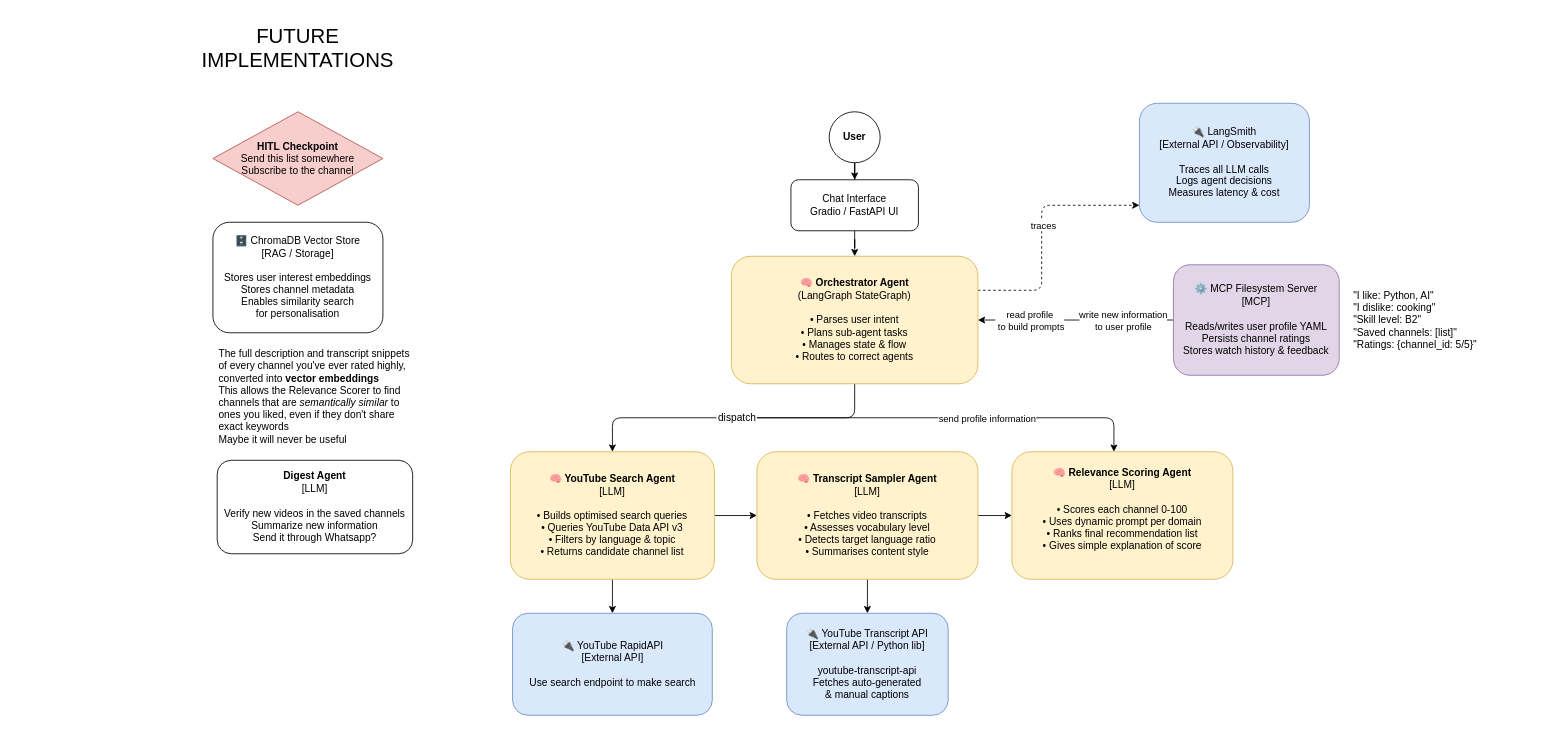
Earlier version of the draw.io diagram diagram.drawio (RenanFlorencio/language-learning-agent). Source tidied: cells renumbered, new cells numbered last; positions are measured from the earlier drawing's top-left corner, leaving out a move shared by most shapes. Both pictures are drawn from the tidied source at 85%, with x=0, y=0 at pixel (204, 35).
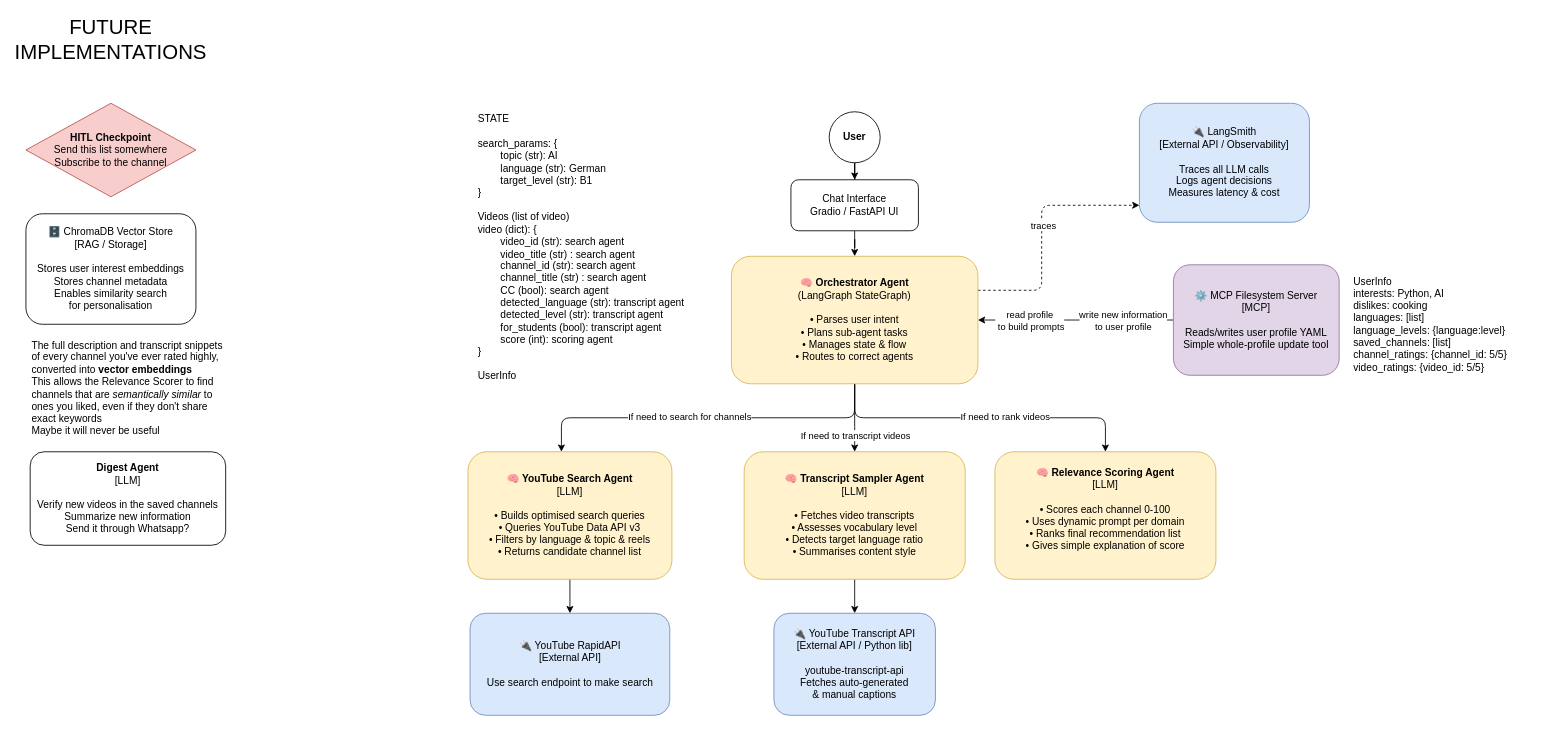
The same page after the edit.

The change refers to these unchanged cells:
```xml
<mxCell id="13" value="&lt;div&gt;&lt;b&gt;🧠 Orchestrator Agent&lt;/b&gt;&lt;br&gt;(LangGraph StateGraph)&lt;br&gt;&lt;br&gt;• Parses user intent&lt;br&gt;• Plans sub-agent tasks&lt;br&gt;• Manages state &amp;amp; flow&lt;br&gt;• Routes to correct agents&lt;/div&gt;" style="rounded=1;whiteSpace=wrap;html=1;fillColor=#fff2cc;strokeColor=#d6b656;" parent="1" vertex="1">
  <mxGeometry x="620" y="260" width="290" height="150" as="geometry" />
</mxCell>
```

Change to the diagram source:
```diff
@@
     <mxCell id="8" style="edgeStyle=orthogonalEdgeStyle;rounded=1;jettySize=auto;html=1;curved=0;" parent="1" edge="1" source="13" target="16">
       <mxGeometry relative="1" as="geometry">
         <Array as="points">
           <mxPoint x="765" y="450" />
-          <mxPoint x="480" y="450" />
+          <mxPoint x="420" y="450" />
         </Array>
       </mxGeometry>
     </mxCell>
-    <mxCell id="9" style="edgeStyle=orthogonalEdgeStyle;rounded=1;jettySize=auto;html=1;curved=0;" parent="1" edge="1" source="21" target="20">
-      <mxGeometry relative="1" as="geometry">
-        <Array as="points">
-          <mxPoint x="1070" y="450" />
-        </Array>
-      </mxGeometry>
-    </mxCell>
-    <mxCell id="10" value="send profile information" style="edgeLabel;html=1;align=center;verticalAlign=middle;" parent="9" vertex="1">
-      <mxGeometry x="-0.29" y="-5" relative="1" as="geometry">
-        <mxPoint x="107" y="-5" as="offset" />
-      </mxGeometry>
-    </mxCell>
+    <mxCell id="33" value="If need to search for channels" style="edgeLabel;html=1;align=center;verticalAlign=middle;" parent="8" vertex="1">
+      <mxGeometry x="0.32" y="-2" relative="1" as="geometry">
+        <mxPoint x="46" as="offset" />
+      </mxGeometry>
+    </mxCell>
@@
+    <mxCell id="34" style="edgeStyle=orthogonalEdgeStyle;rounded=1;jettySize=auto;html=1;curved=0;" parent="1" edge="1" source="13" target="19">
+      <mxGeometry relative="1" as="geometry">
+        <Array as="points">
+          <mxPoint x="765" y="470" />
+          <mxPoint x="765" y="470" />
+        </Array>
+      </mxGeometry>
+    </mxCell>
+    <mxCell id="35" value="If need to transcript videos" style="edgeLabel;html=1;align=center;verticalAlign=middle;" parent="34" vertex="1">
+      <mxGeometry x="0.25" y="1" relative="1" as="geometry">
+        <mxPoint x="-1" y="10" as="offset" />
+      </mxGeometry>
+    </mxCell>
+    <mxCell id="36" style="edgeStyle=orthogonalEdgeStyle;rounded=1;jettySize=auto;html=1;curved=0;" parent="1" edge="1" source="13" target="20">
+      <mxGeometry relative="1" as="geometry">
+        <Array as="points">
+          <mxPoint x="765" y="450" />
+          <mxPoint x="1060" y="450" />
+        </Array>
+      </mxGeometry>
+    </mxCell>
+    <mxCell id="37" value="If need to rank videos" style="edgeLabel;html=1;align=center;verticalAlign=middle;" parent="36" vertex="1">
+      <mxGeometry x="0.4" y="2" relative="1" as="geometry">
+        <mxPoint x="-47" as="offset" />
+      </mxGeometry>
+    </mxCell>
@@
-    <mxCell id="15" style="edgeStyle=orthogonalEdgeStyle;rounded=0;jettySize=auto;html=1;" parent="1" edge="1" source="16" target="19">
-      <mxGeometry relative="1" as="geometry" />
-    </mxCell>
-    <mxCell id="16" value="&lt;b&gt;🧠 YouTube Search Agent&lt;/b&gt;&lt;br&gt;[LLM]&lt;br&gt;&lt;br&gt;• Builds optimised search queries&lt;br&gt;• Queries YouTube Data API v3&lt;br&gt;• Filters by language &amp;amp; topic&lt;br&gt;• Returns candidate channel list" style="rounded=1;whiteSpace=wrap;html=1;fillColor=#fff2cc;strokeColor=#d6b656;" parent="1" vertex="1">
-      <mxGeometry x="360" y="490" width="240" height="150" as="geometry" />
+    <mxCell id="16" value="&lt;b&gt;🧠 YouTube Search Agent&lt;/b&gt;&lt;br&gt;[LLM]&lt;br&gt;&lt;br&gt;• Builds optimised search queries&lt;br&gt;• Queries YouTube Data API v3&lt;br&gt;• Filters by language &amp;amp; topic &amp;amp; reels&lt;div&gt;• Returns candidate channel list&lt;/div&gt;" style="rounded=1;whiteSpace=wrap;html=1;fillColor=#fff2cc;strokeColor=#d6b656;" parent="1" vertex="1">
+      <mxGeometry x="310" y="490" width="240" height="150" as="geometry" />
     </mxCell>
@@
-    <mxCell id="18" style="edgeStyle=orthogonalEdgeStyle;rounded=0;jettySize=auto;html=1;" parent="1" edge="1" source="19" target="20">
-      <mxGeometry relative="1" as="geometry" />
-    </mxCell>
     <mxCell id="19" value="&lt;b&gt;🧠 Transcript Sampler Agent&lt;/b&gt;&lt;br&gt;[LLM]&lt;br&gt;&lt;br&gt;• Fetches video transcripts&lt;br&gt;• Assesses vocabulary level&lt;br&gt;• Detects target language ratio&lt;br&gt;• Summarises content style" style="rounded=1;whiteSpace=wrap;html=1;fillColor=#fff2cc;strokeColor=#d6b656;" parent="1" vertex="1">
-      <mxGeometry x="650" y="490" width="260" height="150" as="geometry" />
+      <mxGeometry x="635" y="490" width="260" height="150" as="geometry" />
     </mxCell>
     <mxCell id="20" value="&lt;b&gt;🧠 Relevance Scoring Agent&lt;/b&gt;&lt;br&gt;[LLM]&lt;br&gt;&lt;br&gt;• Scores each channel 0-100&lt;br&gt;• Uses dynamic prompt per domain&lt;br&gt;&lt;div&gt;• Ranks final recommendation list&lt;/div&gt;&lt;div&gt;&lt;div&gt;• Gives simple explanation of score&lt;/div&gt;&lt;br&gt;&lt;/div&gt;" style="rounded=1;whiteSpace=wrap;html=1;fillColor=#fff2cc;strokeColor=#d6b656;" parent="1" vertex="1">
-      <mxGeometry x="950" y="490" width="260" height="150" as="geometry" />
+      <mxGeometry x="930" y="490" width="260" height="150" as="geometry" />
     </mxCell>
-    <mxCell id="21" value="dispatch" style="text;html=1;whiteSpace=wrap;strokeColor=none;fillColor=default;align=center;verticalAlign=middle;rounded=0;" parent="1" vertex="1">
-      <mxGeometry x="602.5" y="440" width="47.5" height="20" as="geometry" />
-    </mxCell>
     <mxCell id="22" value="🔌 YouTube Transcript API&lt;br&gt;[External API / Python lib]&lt;br&gt;&lt;br&gt;youtube-transcript-api&lt;br&gt;Fetches auto-generated&lt;br&gt;&amp;amp; manual captions" style="rounded=1;whiteSpace=wrap;html=1;fillColor=#dae8fc;strokeColor=#6c8ebf;" parent="1" vertex="1">
-      <mxGeometry x="685" y="680" width="190" height="120" as="geometry" />
+      <mxGeometry x="670" y="680" width="190" height="120" as="geometry" />
     </mxCell>
     <mxCell id="23" value="🔌 YouTube RapidAPI&lt;br&gt;[External API]&lt;br&gt;&lt;div&gt;&lt;br&gt;&lt;/div&gt;&lt;div&gt;Use search endpoint to make search&lt;/div&gt;" style="rounded=1;whiteSpace=wrap;html=1;fillColor=#dae8fc;strokeColor=#6c8ebf;" parent="1" vertex="1">
-      <mxGeometry x="362.5" y="680" width="235" height="120" as="geometry" />
+      <mxGeometry x="312.5" y="680" width="235" height="120" as="geometry" />
     </mxCell>
@@
     <mxCell id="25" value="🗄️ ChromaDB Vector Store&lt;br&gt;[RAG / Storage]&lt;br&gt;&lt;br&gt;Stores user interest embeddings&lt;br&gt;Stores channel metadata&lt;br&gt;Enables similarity search&lt;br&gt;for personalisation" style="rounded=1;whiteSpace=wrap;html=1;" parent="1" vertex="1">
-      <mxGeometry x="10" y="220" width="200" height="130" as="geometry" />
+      <mxGeometry x="-210" y="210" width="200" height="130" as="geometry" />
     </mxCell>
-    <mxCell id="26" value="⚙️ MCP Filesystem Server&lt;br&gt;[MCP]&lt;br&gt;&lt;br&gt;Reads/writes user profile YAML&lt;br&gt;Persists channel ratings&lt;br&gt;Stores watch history &amp;amp; feedback" style="rounded=1;whiteSpace=wrap;html=1;fillColor=#e1d5e7;strokeColor=#9673a6;" parent="1" vertex="1">
+    <mxCell id="26" value="⚙️ MCP Filesystem Server&lt;br&gt;[MCP]&lt;br&gt;&lt;br&gt;&lt;div&gt;Reads/writes user profile YAML&lt;/div&gt;Simple whole-profile update tool" style="rounded=1;whiteSpace=wrap;html=1;fillColor=#e1d5e7;strokeColor=#9673a6;" parent="1" vertex="1">
       <mxGeometry x="1140" y="270" width="195" height="130" as="geometry" />
     </mxCell>
     <mxCell id="27" value="&lt;div&gt;&lt;b&gt;HITL Checkpoint&lt;/b&gt;&lt;/div&gt;&lt;div&gt;Send this list somewhere&lt;/div&gt;&lt;div&gt;Subscribe to the channel&lt;/div&gt;" style="rhombus;whiteSpace=wrap;html=1;fillColor=#f8cecc;strokeColor=#b85450;" parent="1" vertex="1">
-      <mxGeometry x="10" y="90" width="200" height="110" as="geometry" />
+      <mxGeometry x="-210" y="80" width="200" height="110" as="geometry" />
     </mxCell>
@@
-    <mxCell id="29" value="&quot;I like: Python, AI&quot;&lt;br&gt;&quot;I dislike: cooking&quot;&lt;br&gt;&quot;Skill level: B2&quot;&lt;br&gt;&quot;Saved channels: [list]&quot;&lt;br&gt;&quot;Ratings: {channel_id: 5/5}&quot;" style="text;html=1;whiteSpace=wrap;strokeColor=none;fillColor=none;align=left;verticalAlign=middle;rounded=0;" parent="1" vertex="1">
-      <mxGeometry x="1350" y="280" width="160" height="110" as="geometry" />
+    <mxCell id="29" value="UserInfo&lt;br&gt;interests: Python, AI&lt;br&gt;dislikes: cooking&lt;br&gt;&lt;div&gt;languages: [list]&lt;/div&gt;&lt;div&gt;language_levels: {language:level}&lt;/div&gt;saved_channels: [list]&lt;br&gt;&lt;div&gt;channel_ratings: {channel_id: 5/5}&lt;/div&gt;&lt;div&gt;video_ratings: {video_id: 5/5}&lt;/div&gt;" style="text;html=1;whiteSpace=wrap;strokeColor=none;fillColor=none;align=left;verticalAlign=middle;rounded=0;" parent="1" vertex="1">
+      <mxGeometry x="1350" y="280" width="230" height="120" as="geometry" />
     </mxCell>
     <mxCell id="30" value="The full description and transcript snippets of every channel you've ever rated highly, converted into &lt;strong&gt;vector embeddings&lt;/strong&gt;&lt;br&gt;&lt;div&gt;This allows the Relevance Scorer to find channels that are &lt;em&gt;semantically similar&lt;/em&gt; to ones you liked, even if they don't share exact keywords&lt;/div&gt;&lt;div&gt;Maybe it will never be useful&lt;/div&gt;" style="text;html=1;whiteSpace=wrap;strokeColor=none;fillColor=none;align=left;verticalAlign=middle;rounded=0;" parent="1" vertex="1">
-      <mxGeometry x="15" y="390" width="240" height="70" as="geometry" />
+      <mxGeometry x="-205" y="380" width="240" height="70" as="geometry" />
     </mxCell>
     <mxCell id="31" value="&lt;font style=&quot;font-size: 24px;&quot;&gt;FUTURE IMPLEMENTATIONS&lt;/font&gt;" style="text;html=1;whiteSpace=wrap;strokeColor=none;fillColor=none;align=center;verticalAlign=middle;rounded=0;strokeWidth=6;" parent="1" vertex="1">
-      <mxGeometry width="220" height="30" as="geometry" />
+      <mxGeometry x="-220" y="-10" width="220" height="30" as="geometry" />
     </mxCell>
     <mxCell id="32" value="&lt;div&gt;&lt;b&gt;Digest Agent&lt;/b&gt;&lt;/div&gt;&lt;div&gt;[LLM]&lt;/div&gt;&lt;div&gt;&lt;br&gt;&lt;/div&gt;&lt;div&gt;Verify new&amp;nbsp;videos in the saved channels&lt;/div&gt;&lt;div&gt;Summarize new information&lt;/div&gt;&lt;div&gt;Send it through Whatsapp?&lt;/div&gt;" style="rounded=1;whiteSpace=wrap;html=1;" parent="1" vertex="1">
-      <mxGeometry x="15" y="500" width="230" height="110" as="geometry" />
+      <mxGeometry x="-205" y="490" width="230" height="110" as="geometry" />
     </mxCell>
+    <mxCell id="38" value="&lt;div&gt;STATE&lt;/div&gt;&lt;div&gt;&lt;br&gt;&lt;/div&gt;&lt;div&gt;&lt;div&gt;search_params: {&lt;/div&gt;&lt;div&gt;&lt;span style=&quot;white-space: pre;&quot;&gt;&#9;&lt;/span&gt;topic (str): AI&lt;/div&gt;&lt;div&gt;&lt;span style=&quot;white-space: pre;&quot;&gt;&#9;&lt;/span&gt;language (str): German&lt;/div&gt;&lt;div&gt;&lt;span style=&quot;white-space: pre;&quot;&gt;&#9;&lt;/span&gt;target_level (str): B1&lt;/div&gt;&lt;div&gt;}&lt;/div&gt;&lt;br&gt;&lt;/div&gt;&lt;div&gt;Videos (list of video)&lt;/div&gt;&lt;div&gt;video (dict): {&lt;/div&gt;&lt;div&gt;&lt;span style=&quot;white-space: pre;&quot;&gt;&#9;&lt;/span&gt;video_id (str): search agent&lt;/div&gt;&lt;div&gt;&lt;span style=&quot;white-space: pre;&quot;&gt;&#9;&lt;/span&gt;video_title (str) : search agent&lt;/div&gt;&lt;div&gt;&lt;span style=&quot;white-space: pre;&quot;&gt;&#9;&lt;/span&gt;channel_id (str): search agent&lt;/div&gt;&lt;div&gt;&lt;span style=&quot;white-space: pre;&quot;&gt;&#9;&lt;/span&gt;channel_title (str) : search agent&lt;/div&gt;&lt;div&gt;&lt;span style=&quot;white-space: pre;&quot;&gt;&#9;&lt;/span&gt;CC (bool): search agent&lt;/div&gt;&lt;div&gt;&lt;span style=&quot;white-space: pre;&quot;&gt;&#9;&lt;/span&gt;detected_language (str): transcript agent&lt;/div&gt;&lt;div&gt;&lt;span style=&quot;white-space: pre;&quot;&gt;&#9;&lt;/span&gt;detected_level (str): transcript agent&lt;/div&gt;&lt;div&gt;&lt;span style=&quot;white-space: pre;&quot;&gt;&#9;&lt;/span&gt;for_students (bool): transcript agent&lt;/div&gt;&lt;div&gt;&lt;span style=&quot;white-space: pre;&quot;&gt;&#9;score&lt;/span&gt;&amp;nbsp;(int): scoring agent&lt;/div&gt;&lt;div&gt;}&lt;/div&gt;&lt;div&gt;&lt;br&gt;&lt;/div&gt;&lt;div&gt;UserInfo&lt;/div&gt;" style="text;html=1;whiteSpace=wrap;strokeColor=none;fillColor=none;align=left;verticalAlign=middle;rounded=0;" parent="1" vertex="1">
+      <mxGeometry x="320" y="90" width="280" height="320" as="geometry" />
+    </mxCell>
```
